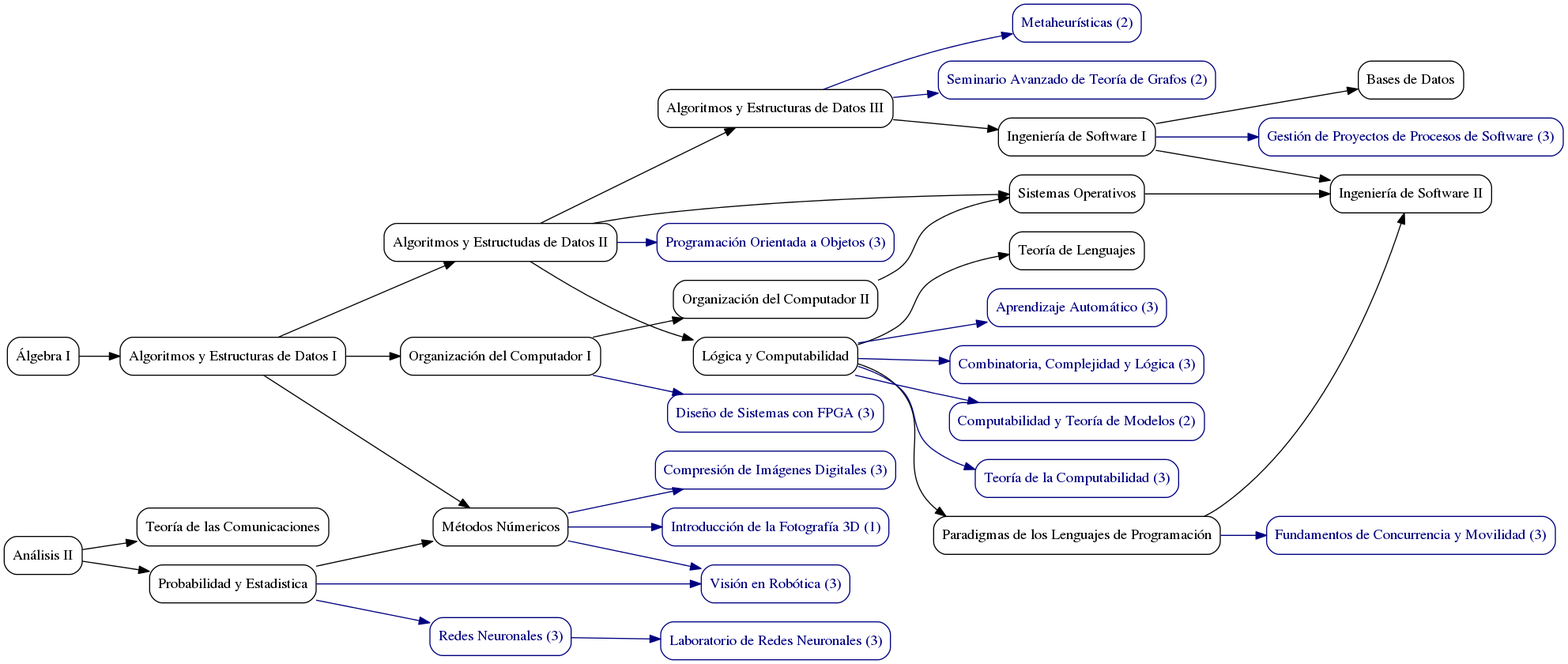
This is Graph.png from mfixman/Grafo-DC, a Graphviz export, as it was before one commit. Its source is kept beside it as Graph.dot. Source of this version:
```dot
digraph
{
	charset = latin1 ;
	normalize = true ;
	rankdir = LR ;

	node [shape = box, style = rounded, color=black] ;
	edge [color=black] ;

	0 [label = "Álgebra I"] ;
	1 [label = "Análisis II"] ;
	2 [label = "Algoritmos y Estructuras de Datos I"] ;
	3 [label = "Métodos Númericos"] ;
	4 [label = "Probabilidad y Estadistica"] ;
	5 [label = "Teoría de las Comunicaciones"] ;
	6 [label = "Algoritmos y Estructudas de Datos II"] ;
	7 [label = "Organización del Computador I"] ;
	8 [label = "Lógica y Computabilidad"] ;
	9 [label = "Algoritmos y Estructuras de Datos III"] ;
	10 [label = "Sistemas Operativos"] ;
	11 [label = "Organización del Computador II"] ;
	12 [label = "Teoría de Lenguajes"] ;
	13 [label = "Paradigmas de los Lenguajes de Programación"] ;
	14 [label = "Ingeniería de Software I"] ;
	15 [label = "Bases de Datos"] ;
	16 [label = "Ingeniería de Software II"] ;

	0 -> 2 ;
	2 -> 3 ;
	1 -> 4 ;
	1 -> 5 ;
	4 -> 3 ;

	2 -> 6 ;
	2 -> 7 ;
	6 -> 8 ;
	6 -> 9 ;
	6 -> 10 ;
	7 -> 11 ;
	11 -> 10 ;
	8 -> 12 ;
	8 -> 13 ;
	9 -> 14 ;
	14 -> 15 ;
	10 -> 16 ;
	14 -> 16 ;
	13 -> 16 ;

	node [color = navyblue, fontcolor=navyblue] ;
	edge [color = navyblue] ;
	17 [label = "Aprendizaje Automático (3)"] ;
	18 [label = "Combinatoria, Complejidad y Lógica (3)"] ;
	19 [label = "Compresión de Imágenes Digitales (3)"] ;
	20 [label = "Diseño de Sistemas con FPGA (3)"] ;
	21 [label = "Fundamentos de Concurrencia y Movilidad (3)"] ;
	22 [label = "Gestión de Proyectos de Procesos de Software (3)"] ;
	23 [label = "Introducción de la Fotografía 3D (1)"] ;
	24 [label = "Metaheurísticas (2)"] ;
	25 [label = "Programación Orientada a Objetos (3)"] ;
	26 [label = "Seminario Avanzado de Teoría de Grafos (2)"] ;
	27 [label = "Redes Neuronales (3)"] ;
	28 [label = "Computabilidad y Teoría de Modelos (2)"] ;
	29 [label = "Visión en Robótica (3)"] ;
	30 [label = "Laboratorio de Redes Neuronales (3)"] ;
	31 [label = "Teoría de la Computabilidad (3)"] ;

	8 -> 17 ;
	8 -> 18 ;
	3 -> 19 ;
	7 -> 20 ;
	13 -> 21 ;
	14 -> 22 ;
	3 -> 23 ;
	9 -> 24 ;
	6 -> 25 ;
	9 -> 26 ;
	4 -> 27 ;
	8 -> 28 ;
	3 -> 29 ;
	4 -> 29 ;
	27 -> 30 ;
	8 -> 31 ; // Dudoso, preguntar.
}
```
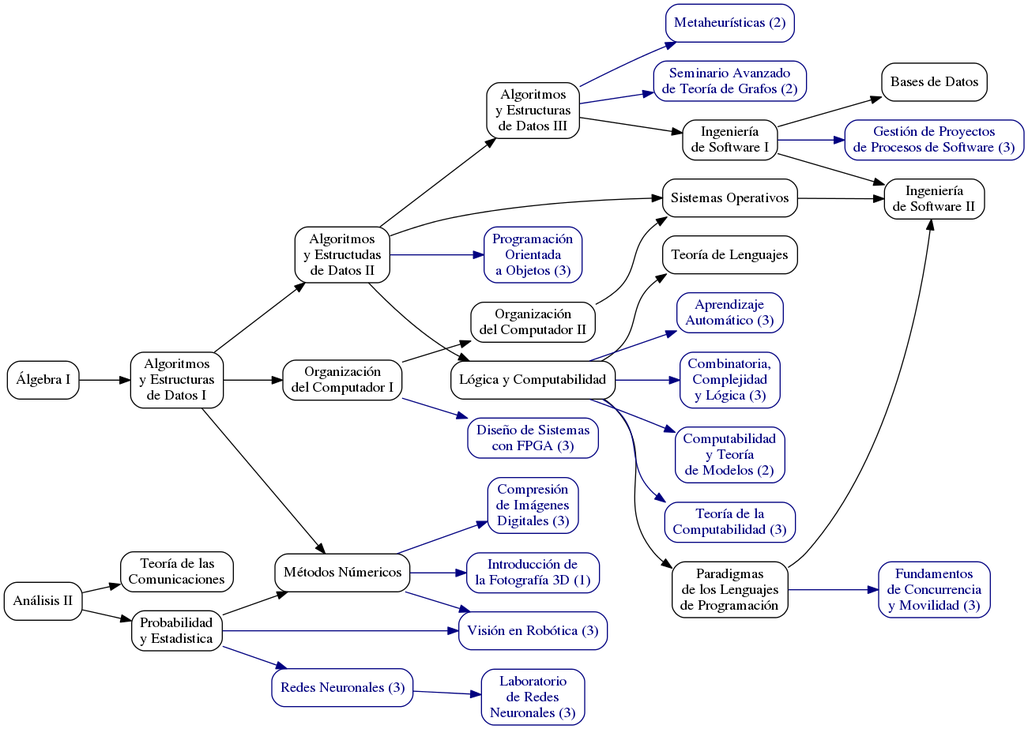
After the commit.

What changed in the source:
```diff
@@ -9,21 +9,21 @@
 
 	0 [label = "Álgebra I"] ;
 	1 [label = "Análisis II"] ;
-	2 [label = "Algoritmos y Estructuras de Datos I"] ;
+	2 [label = "Algoritmos\ny Estructuras\nde Datos I"] ;
 	3 [label = "Métodos Númericos"] ;
-	4 [label = "Probabilidad y Estadistica"] ;
-	5 [label = "Teoría de las Comunicaciones"] ;
-	6 [label = "Algoritmos y Estructudas de Datos II"] ;
-	7 [label = "Organización del Computador I"] ;
+	4 [label = "Probabilidad\ny Estadistica"] ;
+	5 [label = "Teoría de las\nComunicaciones"] ;
+	6 [label = "Algoritmos\ny Estructudas\nde Datos II"] ;
+	7 [label = "Organización\ndel Computador I"] ;
 	8 [label = "Lógica y Computabilidad"] ;
-	9 [label = "Algoritmos y Estructuras de Datos III"] ;
+	9 [label = "Algoritmos\ny Estructuras\nde Datos III"] ;
 	10 [label = "Sistemas Operativos"] ;
-	11 [label = "Organización del Computador II"] ;
+	11 [label = "Organización\ndel Computador II"] ;
 	12 [label = "Teoría de Lenguajes"] ;
-	13 [label = "Paradigmas de los Lenguajes de Programación"] ;
-	14 [label = "Ingeniería de Software I"] ;
+	13 [label = "Paradigmas\nde los Lenguajes\nde Programación"] ;
+	14 [label = "Ingeniería\nde Software I"] ;
 	15 [label = "Bases de Datos"] ;
-	16 [label = "Ingeniería de Software II"] ;
+	16 [label = "Ingeniería\nde Software II"] ;
 
 	0 -> 2 ;
 	2 -> 3 ;
@@ -48,21 +48,21 @@
 
 	node [color = navyblue, fontcolor=navyblue] ;
 	edge [color = navyblue] ;
-	17 [label = "Aprendizaje Automático (3)"] ;
-	18 [label = "Combinatoria, Complejidad y Lógica (3)"] ;
-	19 [label = "Compresión de Imágenes Digitales (3)"] ;
-	20 [label = "Diseño de Sistemas con FPGA (3)"] ;
-	21 [label = "Fundamentos de Concurrencia y Movilidad (3)"] ;
-	22 [label = "Gestión de Proyectos de Procesos de Software (3)"] ;
-	23 [label = "Introducción de la Fotografía 3D (1)"] ;
+	17 [label = "Aprendizaje\nAutomático (3)"] ;
+	18 [label = "Combinatoria,\nComplejidad\ny Lógica (3)"] ;
+	19 [label = "Compresión\nde Imágenes\nDigitales (3)"] ;
+	20 [label = "Diseño de Sistemas\ncon FPGA (3)"] ;
+	21 [label = "Fundamentos\nde Concurrencia\ny Movilidad (3)"] ;
+	22 [label = "Gestión de Proyectos\nde Procesos de Software (3)"] ;
+	23 [label = "Introducción de\nla Fotografía 3D (1)"] ;
 	24 [label = "Metaheurísticas (2)"] ;
-	25 [label = "Programación Orientada a Objetos (3)"] ;
-	26 [label = "Seminario Avanzado de Teoría de Grafos (2)"] ;
+	25 [label = "Programación\nOrientada\na Objetos (3)"] ;
+	26 [label = "Seminario Avanzado\nde Teoría de Grafos (2)"] ;
 	27 [label = "Redes Neuronales (3)"] ;
-	28 [label = "Computabilidad y Teoría de Modelos (2)"] ;
+	28 [label = "Computabilidad\ny Teoría\nde Modelos (2)"] ;
 	29 [label = "Visión en Robótica (3)"] ;
-	30 [label = "Laboratorio de Redes Neuronales (3)"] ;
-	31 [label = "Teoría de la Computabilidad (3)"] ;
+	30 [label = "Laboratorio\nde Redes\nNeuronales (3)"] ;
+	31 [label = "Teoría de la\nComputabilidad (3)"] ;
 
 	8 -> 17 ;
 	8 -> 18 ;
```
